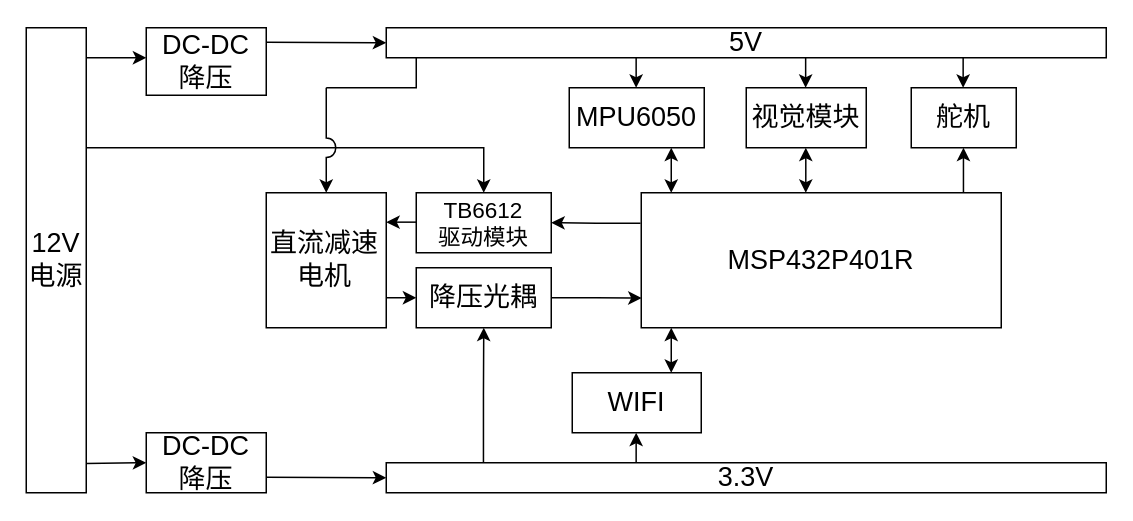
Above: 电赛硬件.drawio in Garsad/Intelligent-tracking-car-C52 (draw.io), before the change. Source tidied: cells renumbered, new cells numbered last; positions are measured from the earlier drawing's top-left corner, leaving out a move shared by most shapes. Both pictures are drawn from the tidied source at 150%, with x=0, y=0 at pixel (26, 27).
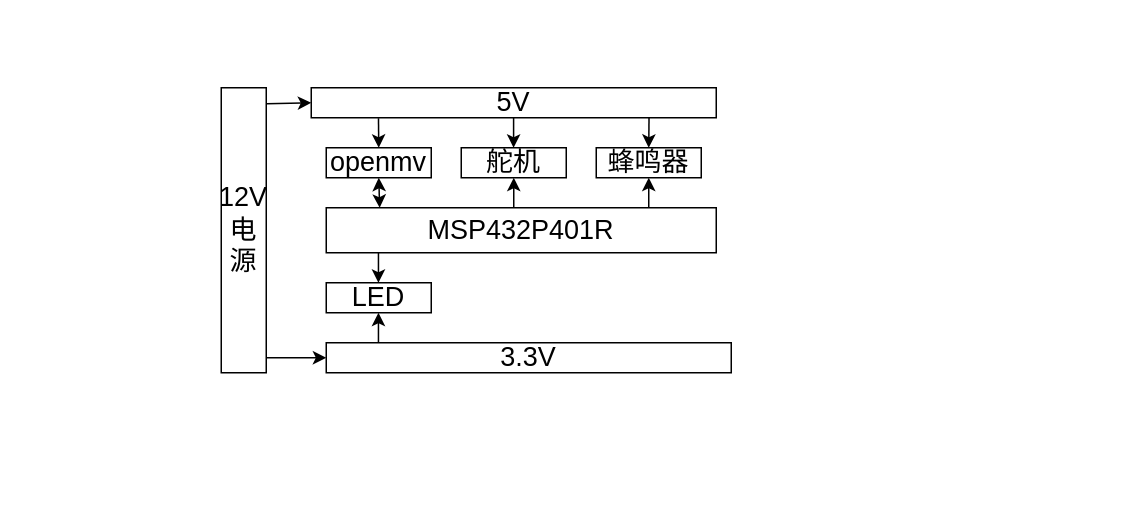
After the change.

Commit message:
更新电赛硬件.drawio

The edit, as a diff of the source:
```diff
@@
-    <mxCell id="2" style="edgeStyle=orthogonalEdgeStyle;rounded=0;jettySize=auto;html=1;exitX=0.226;exitY=1.002;exitDx=0;exitDy=0;exitPerimeter=0;" parent="1" edge="1" source="5" target="3">
-      <mxGeometry relative="1" as="geometry" />
-    </mxCell>
-    <mxCell id="3" value="&lt;font style=&quot;font-size: 15px;&quot;&gt;TB6612&lt;br&gt;驱动模块&lt;/font&gt;" style="rounded=0;whiteSpace=wrap;html=1;" parent="1" vertex="1">
-      <mxGeometry x="260" y="110" width="90" height="40" as="geometry" />
-    </mxCell>
-    <mxCell id="4" value="&lt;div style=&quot;text-align: center;&quot;&gt;&lt;span style=&quot;background-color: initial; font-size: 18px;&quot;&gt;直流减速电机&lt;/span&gt;&lt;br&gt;&lt;/div&gt;" style="rounded=0;whiteSpace=wrap;html=1;direction=south;align=right;" parent="1" vertex="1">
-      <mxGeometry x="160" y="110" width="80" height="90" as="geometry" />
-    </mxCell>
     <mxCell id="5" value="&lt;font style=&quot;font-size: 18px;&quot;&gt;MSP432P401R&lt;/font&gt;" style="rounded=0;whiteSpace=wrap;html=1;direction=south;" parent="1" vertex="1">
-      <mxGeometry x="410" y="110" width="240" height="90" as="geometry" />
+      <mxGeometry x="200" y="120" width="260" height="30" as="geometry" />
     </mxCell>
-    <mxCell id="6" value="&lt;font style=&quot;font-size: 18px;&quot;&gt;MPU6050&lt;br&gt;&lt;/font&gt;" style="rounded=0;whiteSpace=wrap;html=1;direction=south;" parent="1" vertex="1">
-      <mxGeometry x="362" y="40" width="90" height="40" as="geometry" />
-    </mxCell>
-    <mxCell id="7" value="&lt;font style=&quot;font-size: 18px;&quot;&gt;WIFI&lt;/font&gt;" style="rounded=0;whiteSpace=wrap;html=1;direction=south;" parent="1" vertex="1">
-      <mxGeometry x="364" y="230" width="86" height="40" as="geometry" />
-    </mxCell>
-    <mxCell id="8" style="edgeStyle=orthogonalEdgeStyle;rounded=0;jettySize=auto;html=1;exitX=0.25;exitY=0;exitDx=0;exitDy=0;entryX=0.5;entryY=0;entryDx=0;entryDy=0;jumpStyle=arc;" parent="1" edge="1" source="9" target="3">
-      <mxGeometry relative="1" as="geometry">
-        <Array as="points">
-          <mxPoint x="40" y="80" />
-          <mxPoint x="305" y="80" />
-        </Array>
-      </mxGeometry>
-    </mxCell>
     <mxCell id="9" value="&lt;span style=&quot;font-size: 18px;&quot;&gt;12V&lt;br&gt;电源&lt;/span&gt;" style="rounded=0;whiteSpace=wrap;html=1;direction=south;" parent="1" vertex="1">
-      <mxGeometry width="40" height="310" as="geometry" />
+      <mxGeometry x="130" y="40" width="30" height="190" as="geometry" />
     </mxCell>
     <mxCell id="10" value="&lt;font style=&quot;font-size: 18px;&quot;&gt;5V&lt;/font&gt;" style="rounded=0;whiteSpace=wrap;html=1;" parent="1" vertex="1">
-      <mxGeometry x="240" width="480" height="20" as="geometry" />
+      <mxGeometry x="190" y="40" width="270" height="20" as="geometry" />
     </mxCell>
     <mxCell id="11" value="&lt;font style=&quot;font-size: 18px;&quot;&gt;3.3V&lt;/font&gt;" style="rounded=0;whiteSpace=wrap;html=1;" parent="1" vertex="1">
-      <mxGeometry x="240" y="290" width="480" height="20" as="geometry" />
+      <mxGeometry x="200" y="210" width="270" height="20" as="geometry" />
     </mxCell>
-    <mxCell id="12" value="&lt;span style=&quot;font-size: 18px;&quot;&gt;视觉模块&lt;/span&gt;" style="rounded=0;whiteSpace=wrap;html=1;direction=south;" parent="1" vertex="1">
-      <mxGeometry x="480" y="40" width="80" height="40" as="geometry" />
+    <mxCell id="12" value="&lt;span style=&quot;font-size: 18px;&quot;&gt;openmv&lt;/span&gt;" style="rounded=0;whiteSpace=wrap;html=1;direction=south;" parent="1" vertex="1">
+      <mxGeometry x="200" y="80" width="70" height="20" as="geometry" />
     </mxCell>
-    <mxCell id="13" style="edgeStyle=orthogonalEdgeStyle;rounded=0;orthogonalLoop=1;jettySize=auto;html=1;exitX=1;exitY=0.5;exitDx=0;exitDy=0;" parent="1" edge="1" source="7" target="7">
-      <mxGeometry relative="1" as="geometry" />
+    <mxCell id="13" style="edgeStyle=orthogonalEdgeStyle;rounded=0;orthogonalLoop=1;jettySize=auto;html=1;exitX=1;exitY=0.5;exitDx=0;exitDy=0;" parent="1" edge="1">
+      <mxGeometry relative="1" as="geometry">
+        <mxPoint x="407" y="270" as="sourcePoint" />
+        <mxPoint x="407" y="270" as="targetPoint" />
+      </mxGeometry>
     </mxCell>
-    <mxCell id="14" value="&lt;font style=&quot;font-size: 18px;&quot;&gt;DC-DC&lt;br&gt;降压&lt;/font&gt;" style="rounded=0;whiteSpace=wrap;html=1;" parent="1" vertex="1">
-      <mxGeometry x="80" y="270" width="80" height="40" as="geometry" />
-    </mxCell>
-    <mxCell id="15" value="&lt;font style=&quot;font-size: 18px;&quot;&gt;舵机&lt;/font&gt;" style="rounded=0;whiteSpace=wrap;html=1;direction=south;" parent="1" vertex="1">
-      <mxGeometry x="590" y="40" width="70" height="40" as="geometry" />
-    </mxCell>
-    <mxCell id="16" value="&lt;font style=&quot;font-size: 18px;&quot;&gt;DC-DC&lt;br&gt;降压&lt;/font&gt;" style="rounded=0;whiteSpace=wrap;html=1;" parent="1" vertex="1">
-      <mxGeometry x="80" width="80" height="45" as="geometry" />
-    </mxCell>
-    <mxCell id="17" style="edgeStyle=orthogonalEdgeStyle;rounded=0;orthogonalLoop=1;jettySize=auto;html=1;exitX=1;exitY=0.5;exitDx=0;exitDy=0;" parent="1" edge="1" source="6" target="6">
-      <mxGeometry relative="1" as="geometry" />
+    <mxCell id="17" style="edgeStyle=orthogonalEdgeStyle;rounded=0;orthogonalLoop=1;jettySize=auto;html=1;exitX=1;exitY=0.5;exitDx=0;exitDy=0;" parent="1" edge="1">
+      <mxGeometry relative="1" as="geometry">
+        <mxPoint x="295" y="90" as="sourcePoint" />
+        <mxPoint x="295" y="90" as="targetPoint" />
+      </mxGeometry>
     </mxCell>
-    <mxCell id="18" style="edgeStyle=orthogonalEdgeStyle;rounded=0;jettySize=auto;html=1;exitX=0.135;exitY=0;exitDx=0;exitDy=0;exitPerimeter=0;" parent="1" edge="1" source="11" target="20">
-      <mxGeometry relative="1" as="geometry" />
-    </mxCell>
-    <mxCell id="19" style="edgeStyle=orthogonalEdgeStyle;rounded=0;jettySize=auto;html=1;entryX=0.78;entryY=0.999;entryDx=0;entryDy=0;entryPerimeter=0;" parent="1" edge="1" source="20" target="5">
-      <mxGeometry relative="1" as="geometry" />
-    </mxCell>
-    <mxCell id="20" value="&lt;span style=&quot;font-size: 18px;&quot;&gt;降压光耦&lt;/span&gt;" style="rounded=0;whiteSpace=wrap;html=1;direction=south;" parent="1" vertex="1">
-      <mxGeometry x="260" y="160" width="90" height="40" as="geometry" />
-    </mxCell>
-    <mxCell id="21" style="endArrow=classic;html=1;rounded=0;entryX=0;entryY=0.5;entryDx=0;entryDy=0;exitX=0.937;exitY=0.002;exitDx=0;exitDy=0;exitPerimeter=0;" parent="1" edge="1" source="9" target="14">
-      <mxGeometry relative="1" as="geometry" />
-    </mxCell>
-    <mxCell id="22" style="endArrow=classic;html=1;rounded=0;entryX=0;entryY=0.5;entryDx=0;entryDy=0;exitX=0.937;exitY=0.002;exitDx=0;exitDy=0;exitPerimeter=0;" parent="1" edge="1">
-      <mxGeometry relative="1" as="geometry">
-        <mxPoint x="40" y="20" as="sourcePoint" />
-        <mxPoint x="80" y="20" as="targetPoint" />
-      </mxGeometry>
-    </mxCell>
-    <mxCell id="23" style="endArrow=classic;html=1;rounded=0;entryX=0;entryY=0.5;entryDx=0;entryDy=0;exitX=0.937;exitY=0.002;exitDx=0;exitDy=0;exitPerimeter=0;" parent="1" edge="1" target="10">
-      <mxGeometry relative="1" as="geometry">
-        <mxPoint x="160" y="9.6" as="sourcePoint" />
-      </mxGeometry>
+    <mxCell id="23" style="endArrow=classic;html=1;rounded=0;entryX=0;entryY=0.5;entryDx=0;entryDy=0;exitX=0.056;exitY=-0.012;exitDx=0;exitDy=0;exitPerimeter=0;" parent="1" edge="1" source="9" target="10">
+      <mxGeometry relative="1" as="geometry" />
     </mxCell>
-    <mxCell id="24" style="endArrow=classic;html=1;rounded=0;entryX=0;entryY=0.5;entryDx=0;entryDy=0;exitX=0.937;exitY=0.002;exitDx=0;exitDy=0;exitPerimeter=0;" parent="1" edge="1">
-      <mxGeometry relative="1" as="geometry">
-        <mxPoint x="160" y="299.6" as="sourcePoint" />
-        <mxPoint x="240" y="300" as="targetPoint" />
-      </mxGeometry>
+    <mxCell id="24" style="endArrow=classic;html=1;rounded=0;exitX=0.947;exitY=-0.011;exitDx=0;exitDy=0;exitPerimeter=0;entryX=0;entryY=0.5;entryDx=0;entryDy=0;" parent="1" edge="1" source="9" target="11">
+      <mxGeometry relative="1" as="geometry" />
     </mxCell>
-    <mxCell id="25" style="endArrow=classic;html=1;rounded=0;entryX=0.354;entryY=0.095;entryDx=0;entryDy=0;entryPerimeter=0;" parent="1" edge="1">
-      <mxGeometry relative="1" as="geometry">
-        <mxPoint x="406.6" y="290" as="sourcePoint" />
-        <mxPoint x="406.6" y="270" as="targetPoint" />
-      </mxGeometry>
-    </mxCell>
-    <mxCell id="26" style="endArrow=classic;html=1;rounded=0;entryX=0.354;entryY=0.095;entryDx=0;entryDy=0;entryPerimeter=0;" parent="1" edge="1">
-      <mxGeometry relative="1" as="geometry">
-        <mxPoint x="406.6" y="20" as="sourcePoint" />
-        <mxPoint x="406.6" y="40" as="targetPoint" />
-      </mxGeometry>
-    </mxCell>
-    <mxCell id="27" style="endArrow=classic;html=1;rounded=0;entryX=0.354;entryY=0.095;entryDx=0;entryDy=0;entryPerimeter=0;" parent="1" edge="1">
-      <mxGeometry relative="1" as="geometry">
-        <mxPoint x="519.6" y="20" as="sourcePoint" />
-        <mxPoint x="519.6" y="40" as="targetPoint" />
-      </mxGeometry>
+    <mxCell id="27" style="endArrow=classic;html=1;rounded=0;entryX=0;entryY=0.5;entryDx=0;entryDy=0;exitX=0.166;exitY=1.015;exitDx=0;exitDy=0;exitPerimeter=0;" parent="1" edge="1" source="10" target="12">
+      <mxGeometry relative="1" as="geometry" />
     </mxCell>
-    <mxCell id="28" style="endArrow=classic;html=1;rounded=0;entryX=0.354;entryY=0.095;entryDx=0;entryDy=0;entryPerimeter=0;" parent="1" edge="1">
-      <mxGeometry relative="1" as="geometry">
-        <mxPoint x="624.6" y="20" as="sourcePoint" />
-        <mxPoint x="624.6" y="40" as="targetPoint" />
-      </mxGeometry>
-    </mxCell>
-    <mxCell id="29" style="endArrow=none;html=1;rounded=0;" parent="1" edge="1">
-      <mxGeometry relative="1" as="geometry">
-        <mxPoint x="200" y="40" as="sourcePoint" />
-        <mxPoint x="260" y="20" as="targetPoint" />
-        <Array as="points">
-          <mxPoint x="240" y="40" />
-          <mxPoint x="260" y="40" />
-        </Array>
-      </mxGeometry>
-    </mxCell>
-    <mxCell id="30" style="endArrow=classic;html=1;rounded=0;entryX=0;entryY=0.5;entryDx=0;entryDy=0;jumpStyle=arc;jumpSize=13;" parent="1" edge="1" target="4">
-      <mxGeometry relative="1" as="geometry">
-        <mxPoint x="200" y="40" as="sourcePoint" />
-      </mxGeometry>
-    </mxCell>
-    <mxCell id="31" style="endArrow=classic;html=1;rounded=0;entryX=0.5;entryY=1;entryDx=0;entryDy=0;" parent="1" edge="1" target="20">
-      <mxGeometry relative="1" as="geometry">
-        <mxPoint x="240" y="180" as="sourcePoint" />
-      </mxGeometry>
-    </mxCell>
-    <mxCell id="32" style="endArrow=classic;html=1;rounded=0;entryX=0.5;entryY=1;entryDx=0;entryDy=0;" parent="1" edge="1">
-      <mxGeometry relative="1" as="geometry">
-        <mxPoint x="260" y="129.6" as="sourcePoint" />
-        <mxPoint x="240" y="129.6" as="targetPoint" />
-      </mxGeometry>
-    </mxCell>
-    <mxCell id="33" style="endArrow=classic;startArrow=classic;html=1;rounded=0;" parent="1" edge="1">
-      <mxGeometry relative="1" as="geometry">
-        <mxPoint x="430" y="230" as="sourcePoint" />
-        <mxPoint x="430" y="200" as="targetPoint" />
-      </mxGeometry>
-    </mxCell>
-    <mxCell id="34" style="endArrow=classic;startArrow=classic;html=1;rounded=0;" parent="1" edge="1">
-      <mxGeometry relative="1" as="geometry">
-        <mxPoint x="430" y="110" as="sourcePoint" />
-        <mxPoint x="430" y="80" as="targetPoint" />
-      </mxGeometry>
-    </mxCell>
-    <mxCell id="35" style="endArrow=classic;startArrow=classic;html=1;rounded=0;" parent="1" edge="1">
-      <mxGeometry relative="1" as="geometry">
-        <mxPoint x="519.7" y="110" as="sourcePoint" />
-        <mxPoint x="519.7" y="80" as="targetPoint" />
-      </mxGeometry>
+    <mxCell id="35" style="endArrow=classic;startArrow=classic;html=1;rounded=0;entryX=1;entryY=0.5;entryDx=0;entryDy=0;exitX=0.001;exitY=0.863;exitDx=0;exitDy=0;exitPerimeter=0;" parent="1" edge="1" source="5" target="12">
+      <mxGeometry relative="1" as="geometry" />
     </mxCell>
-    <mxCell id="36" style="endArrow=classic;html=1;rounded=0;" parent="1" edge="1">
-      <mxGeometry relative="1" as="geometry">
-        <mxPoint x="624.8" y="110" as="sourcePoint" />
-        <mxPoint x="624.8" y="80" as="targetPoint" />
-      </mxGeometry>
-    </mxCell>
+    <mxCell id="37" value="&lt;font style=&quot;font-size: 18px;&quot;&gt;LED&lt;/font&gt;" style="rounded=0;whiteSpace=wrap;html=1;direction=south;" parent="1" vertex="1">
+      <mxGeometry x="200" y="170" width="70" height="20" as="geometry" />
+    </mxCell>
+    <mxCell id="38" style="endArrow=classic;html=1;rounded=0;entryX=0;entryY=0.5;entryDx=0;entryDy=0;" parent="1" edge="1">
+      <mxGeometry relative="1" as="geometry">
+        <mxPoint x="234.8" y="150" as="sourcePoint" />
+        <mxPoint x="234.8" y="170" as="targetPoint" />
+      </mxGeometry>
+    </mxCell>
+    <mxCell id="15" value="&lt;font style=&quot;font-size: 18px;&quot;&gt;舵机&lt;/font&gt;" style="rounded=0;whiteSpace=wrap;html=1;direction=south;" parent="1" vertex="1">
+      <mxGeometry x="290" y="80" width="70" height="20" as="geometry" />
+    </mxCell>
+    <mxCell id="39" style="endArrow=classic;html=1;rounded=0;entryX=0;entryY=0.5;entryDx=0;entryDy=0;exitX=0.166;exitY=1.015;exitDx=0;exitDy=0;exitPerimeter=0;" parent="1" edge="1">
+      <mxGeometry relative="1" as="geometry">
+        <mxPoint x="324.9" y="60" as="sourcePoint" />
+        <mxPoint x="324.9" y="80" as="targetPoint" />
+      </mxGeometry>
+    </mxCell>
+    <mxCell id="40" value="&lt;font style=&quot;font-size: 18px;&quot;&gt;蜂鸣器&lt;/font&gt;" style="rounded=0;whiteSpace=wrap;html=1;direction=south;" parent="1" vertex="1">
+      <mxGeometry x="380" y="80" width="70" height="20" as="geometry" />
+    </mxCell>
+    <mxCell id="41" style="endArrow=classic;html=1;rounded=0;entryX=0;entryY=0.5;entryDx=0;entryDy=0;exitX=0.834;exitY=1.002;exitDx=0;exitDy=0;exitPerimeter=0;" parent="1" edge="1" source="10" target="40">
+      <mxGeometry relative="1" as="geometry" />
+    </mxCell>
+    <mxCell id="42" style="endArrow=classic;html=1;rounded=0;entryX=1;entryY=0.5;entryDx=0;entryDy=0;" parent="1" edge="1" target="15">
+      <mxGeometry relative="1" as="geometry">
+        <mxPoint x="325" y="120" as="sourcePoint" />
+      </mxGeometry>
+    </mxCell>
+    <mxCell id="43" style="endArrow=classic;html=1;rounded=0;entryX=1;entryY=0.5;entryDx=0;entryDy=0;" parent="1" edge="1" target="40">
+      <mxGeometry relative="1" as="geometry">
+        <mxPoint x="415" y="120" as="sourcePoint" />
+      </mxGeometry>
+    </mxCell>
+    <mxCell id="44" style="endArrow=classic;html=1;rounded=0;entryX=0;entryY=0.5;entryDx=0;entryDy=0;" parent="1" edge="1">
+      <mxGeometry relative="1" as="geometry">
+        <mxPoint x="234.8" y="210" as="sourcePoint" />
+        <mxPoint x="234.8" y="190" as="targetPoint" />
+      </mxGeometry>
+    </mxCell>
```
